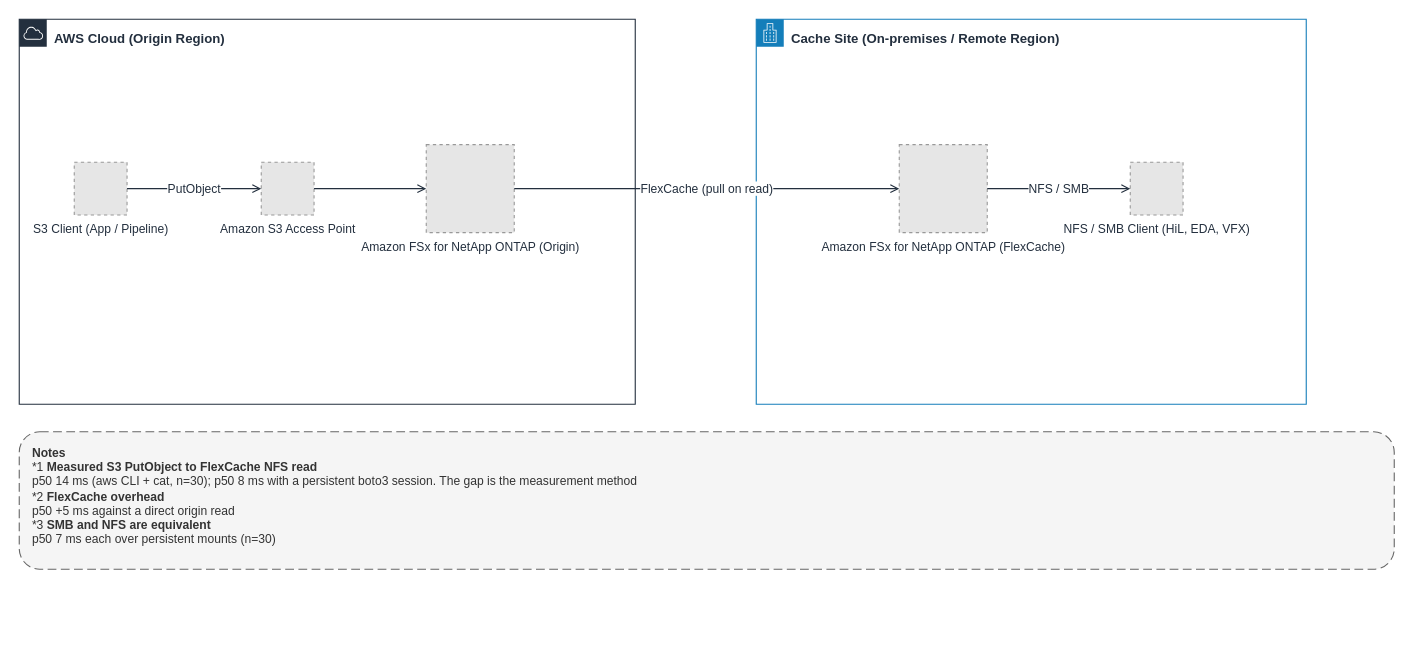
Before: docs/_assets/diagrams/s3burst-architecture-overview-en.drawio in Yoshiki0705/S3-Burst-on-ONTAP-Files, a draw.io diagram. Source tidied: cells renumbered, new cells numbered last; positions are measured from the earlier drawing's top-left corner, leaving out a move shared by most shapes. Both pictures are drawn from the tidied source at 110%, with x=0, y=0 at pixel (19, 19). Pictures stored in the file or linked from it are replaced by grey dashed boxes.
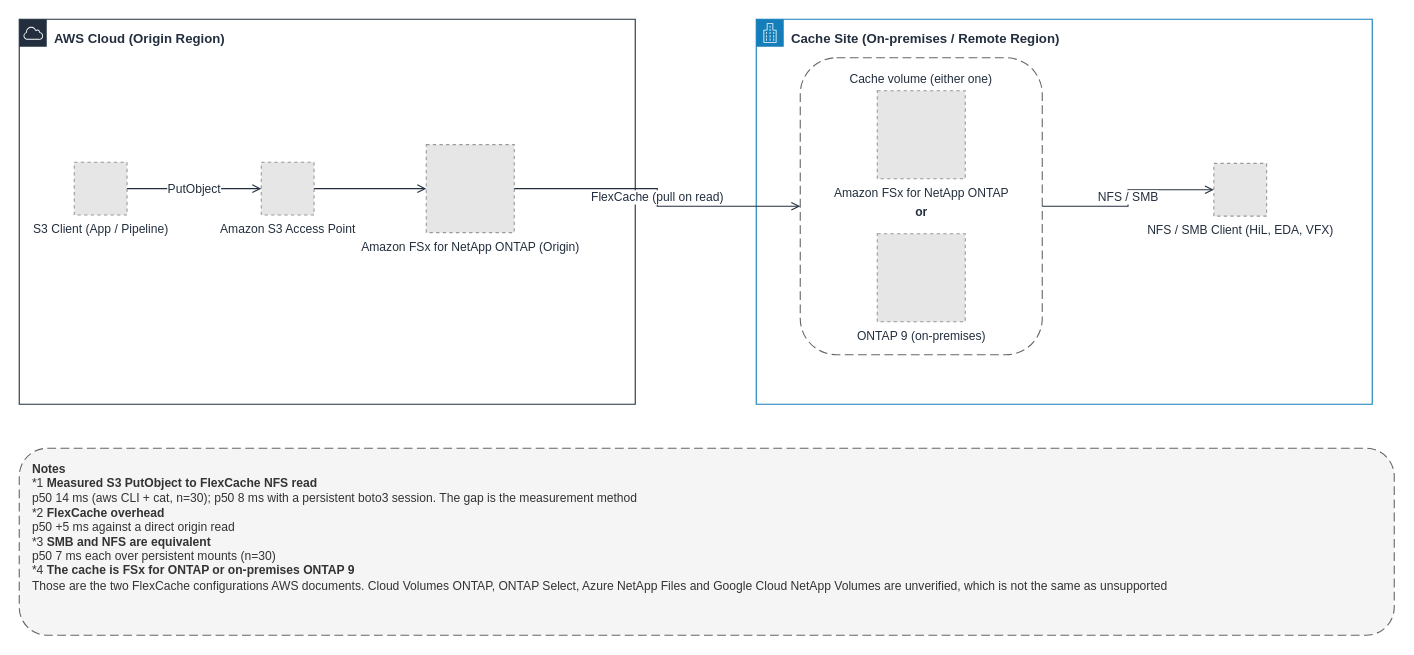
After the change.

Commit message (it also covers changes not shown here):
docs: draw the cache platform as either FSx for ONTAP or ONTAP 9 (#27)

Diff of the diagram source:
```diff
@@
 <mxGraphModel>
   <root>
     <mxCell id="0" />
     <mxCell id="1" parent="0" />
     <mxCell id="2" value="AWS Cloud (Origin Region)" style="gradientColor=none;html=1;whiteSpace=wrap;fontSize=12;fontStyle=1;fontColor=#232F3E;shape=mxgraph.aws4.group;grIcon=mxgraph.aws4.group_aws_cloud;strokeColor=#232F3E;fillColor=none;verticalAlign=top;align=left;spacingLeft=30;spacingTop=4;dashed=0;" parent="1" vertex="1">
       <mxGeometry width="560" height="350" as="geometry" />
     </mxCell>
     <mxCell id="3" value="Cache Site (On-premises / Remote Region)" style="gradientColor=none;html=1;whiteSpace=wrap;fontSize=12;fontStyle=1;fontColor=#232F3E;shape=mxgraph.aws4.group;grIcon=mxgraph.aws4.group_corporate_data_center;strokeColor=#147EBA;fillColor=none;verticalAlign=top;align=left;spacingLeft=30;spacingTop=4;dashed=0;" parent="1" vertex="1">
-      <mxGeometry x="670" width="500" height="350" as="geometry" />
+      <mxGeometry x="670" width="560" height="350" as="geometry" />
     </mxCell>
+    <mxCell id="14" value="Cache volume (either one)" style="rounded=1;whiteSpace=wrap;html=1;dashed=1;dashPattern=8 4;strokeColor=#666666;fillColor=none;fontColor=#232F3E;fontSize=11;verticalAlign=top;align=center;spacingTop=6;" parent="1" vertex="1">
+      <mxGeometry x="710" y="35" width="220" height="270" as="geometry" />
+    </mxCell>
+    <mxCell id="15" value="or" style="text;html=1;strokeColor=none;fillColor=none;align=center;verticalAlign=middle;fontSize=11;fontStyle=1;fontColor=#232F3E;" parent="1" vertex="1">
+      <mxGeometry x="770" y="165" width="100" height="20" as="geometry" />
+    </mxCell>
     <mxCell id="4" value="S3 Client (App / Pipeline)" style="fillColor=#E6E6E6;strokeColor=#999999;dashed=1;html=1;verticalLabelPosition=bottom;verticalAlign=top;labelPosition=center;align=center;fontSize=11;fontColor=#232F3E;" parent="1" vertex="1">
       <mxGeometry x="50" y="130" width="48" height="48" as="geometry" />
     </mxCell>
     <mxCell id="5" value="Amazon S3 Access Point" style="fillColor=#E6E6E6;strokeColor=#999999;dashed=1;html=1;verticalLabelPosition=bottom;verticalAlign=top;labelPosition=center;align=center;fontSize=11;fontColor=#232F3E;" parent="1" vertex="1">
       <mxGeometry x="220" y="130" width="48" height="48" as="geometry" />
     </mxCell>
     <mxCell id="6" value="Amazon FSx for NetApp ONTAP (Origin)" style="fillColor=#E6E6E6;strokeColor=#999999;dashed=1;html=1;verticalLabelPosition=bottom;verticalAlign=top;labelPosition=center;align=center;fontSize=11;fontColor=#232F3E;" parent="1" vertex="1">
       <mxGeometry x="370" y="114" width="80" height="80" as="geometry" />
     </mxCell>
-    <mxCell id="7" value="Amazon FSx for NetApp ONTAP (FlexCache)" style="fillColor=#E6E6E6;strokeColor=#999999;dashed=1;html=1;verticalLabelPosition=bottom;verticalAlign=top;labelPosition=center;align=center;fontSize=11;fontColor=#232F3E;" parent="1" vertex="1">
-      <mxGeometry x="800" y="114" width="80" height="80" as="geometry" />
-    </mxCell>
+    <mxCell id="16" value="Amazon FSx for NetApp ONTAP" style="fillColor=#E6E6E6;strokeColor=#999999;dashed=1;html=1;verticalLabelPosition=bottom;verticalAlign=top;labelPosition=center;align=center;fontSize=11;fontColor=#232F3E;" parent="1" vertex="1">
+      <mxGeometry x="780" y="65" width="80" height="80" as="geometry" />
+    </mxCell>
+    <mxCell id="17" value="ONTAP 9 (on-premises)" style="fillColor=#E6E6E6;strokeColor=#999999;dashed=1;html=1;verticalLabelPosition=bottom;verticalAlign=top;labelPosition=center;align=center;fontSize=11;fontColor=#232F3E;" parent="1" vertex="1">
+      <mxGeometry x="780" y="195" width="80" height="80" as="geometry" />
+    </mxCell>
     <mxCell id="8" value="NFS / SMB Client (HiL, EDA, VFX)" style="fillColor=#E6E6E6;strokeColor=#999999;dashed=1;html=1;verticalLabelPosition=bottom;verticalAlign=top;labelPosition=center;align=center;fontSize=11;fontColor=#232F3E;" parent="1" vertex="1">
-      <mxGeometry x="1010" y="130" width="48" height="48" as="geometry" />
+      <mxGeometry x="1086" y="131" width="48" height="48" as="geometry" />
     </mxCell>
     <mxCell id="9" value="PutObject" style="edgeStyle=orthogonalEdgeStyle;rounded=0;html=1;endArrow=open;endFill=0;strokeColor=#232F3E;strokeWidth=1;fontSize=11;fontColor=#232F3E;" parent="1" edge="1" source="4" target="5">
       <mxGeometry relative="1" as="geometry" />
     </mxCell>
     <mxCell id="10" style="edgeStyle=orthogonalEdgeStyle;rounded=0;html=1;endArrow=open;endFill=0;strokeColor=#232F3E;strokeWidth=1;fontSize=11;fontColor=#232F3E;" parent="1" edge="1" source="5" target="6">
       <mxGeometry relative="1" as="geometry" />
     </mxCell>
-    <mxCell id="11" value="FlexCache (pull on read)" style="edgeStyle=orthogonalEdgeStyle;rounded=0;html=1;endArrow=open;endFill=0;strokeColor=#232F3E;strokeWidth=1;fontSize=11;fontColor=#232F3E;" parent="1" edge="1" source="6" target="7">
+    <mxCell id="11" value="FlexCache (pull on read)" style="edgeStyle=orthogonalEdgeStyle;rounded=0;html=1;endArrow=open;endFill=0;strokeColor=#232F3E;strokeWidth=1;fontSize=11;fontColor=#232F3E;" parent="1" edge="1" source="6" target="14">
       <mxGeometry relative="1" as="geometry" />
     </mxCell>
-    <mxCell id="12" value="NFS / SMB" style="edgeStyle=orthogonalEdgeStyle;rounded=0;html=1;endArrow=open;endFill=0;strokeColor=#232F3E;strokeWidth=1;fontSize=11;fontColor=#232F3E;" parent="1" edge="1" source="7" target="8">
+    <mxCell id="12" value="NFS / SMB" style="edgeStyle=orthogonalEdgeStyle;rounded=0;html=1;endArrow=open;endFill=0;strokeColor=#232F3E;strokeWidth=1;fontSize=11;fontColor=#232F3E;" parent="1" edge="1" source="14" target="8">
       <mxGeometry relative="1" as="geometry" />
     </mxCell>
-    <mxCell id="13" value="&lt;b&gt;Notes&lt;/b&gt;&lt;br&gt;*1 &lt;b&gt;Measured S3 PutObject to FlexCache NFS read&lt;/b&gt;&lt;br&gt;p50 14 ms (aws CLI + cat, n=30); p50 8 ms with a persistent boto3 session. The gap is the measurement method&lt;br&gt;*2 &lt;b&gt;FlexCache overhead&lt;/b&gt;&lt;br&gt;p50 +5 ms against a direct origin read&lt;br&gt;*3 &lt;b&gt;SMB and NFS are equivalent&lt;/b&gt;&lt;br&gt;p50 7 ms each over persistent mounts (n=30)" style="rounded=1;whiteSpace=wrap;html=1;dashed=1;dashPattern=8 4;strokeColor=#666666;fillColor=#F5F5F5;fontColor=#333333;fontSize=11;align=left;verticalAlign=top;spacingLeft=10;spacingTop=6;" parent="1" vertex="1">
-      <mxGeometry y="375" width="1250" height="125" as="geometry" />
+    <mxCell id="13" value="&lt;b&gt;Notes&lt;/b&gt;&lt;br&gt;*1 &lt;b&gt;Measured S3 PutObject to FlexCache NFS read&lt;/b&gt;&lt;br&gt;p50 14 ms (aws CLI + cat, n=30); p50 8 ms with a persistent boto3 session. The gap is the measurement method&lt;br&gt;*2 &lt;b&gt;FlexCache overhead&lt;/b&gt;&lt;br&gt;p50 +5 ms against a direct origin read&lt;br&gt;*3 &lt;b&gt;SMB and NFS are equivalent&lt;/b&gt;&lt;br&gt;p50 7 ms each over persistent mounts (n=30)&lt;br&gt;*4 &lt;b&gt;The cache is FSx for ONTAP or on-premises ONTAP 9&lt;/b&gt;&lt;br&gt;Those are the two FlexCache configurations AWS documents. Cloud Volumes ONTAP, ONTAP Select, Azure NetApp Files and Google Cloud NetApp Volumes are unverified, which is not the same as unsupported" style="rounded=1;whiteSpace=wrap;html=1;dashed=1;dashPattern=8 4;strokeColor=#666666;fillColor=#F5F5F5;fontColor=#333333;fontSize=11;align=left;verticalAlign=top;spacingLeft=10;spacingTop=6;" parent="1" vertex="1">
+      <mxGeometry y="390" width="1250" height="170" as="geometry" />
     </mxCell>
   </root>
 </mxGraphModel>
```
